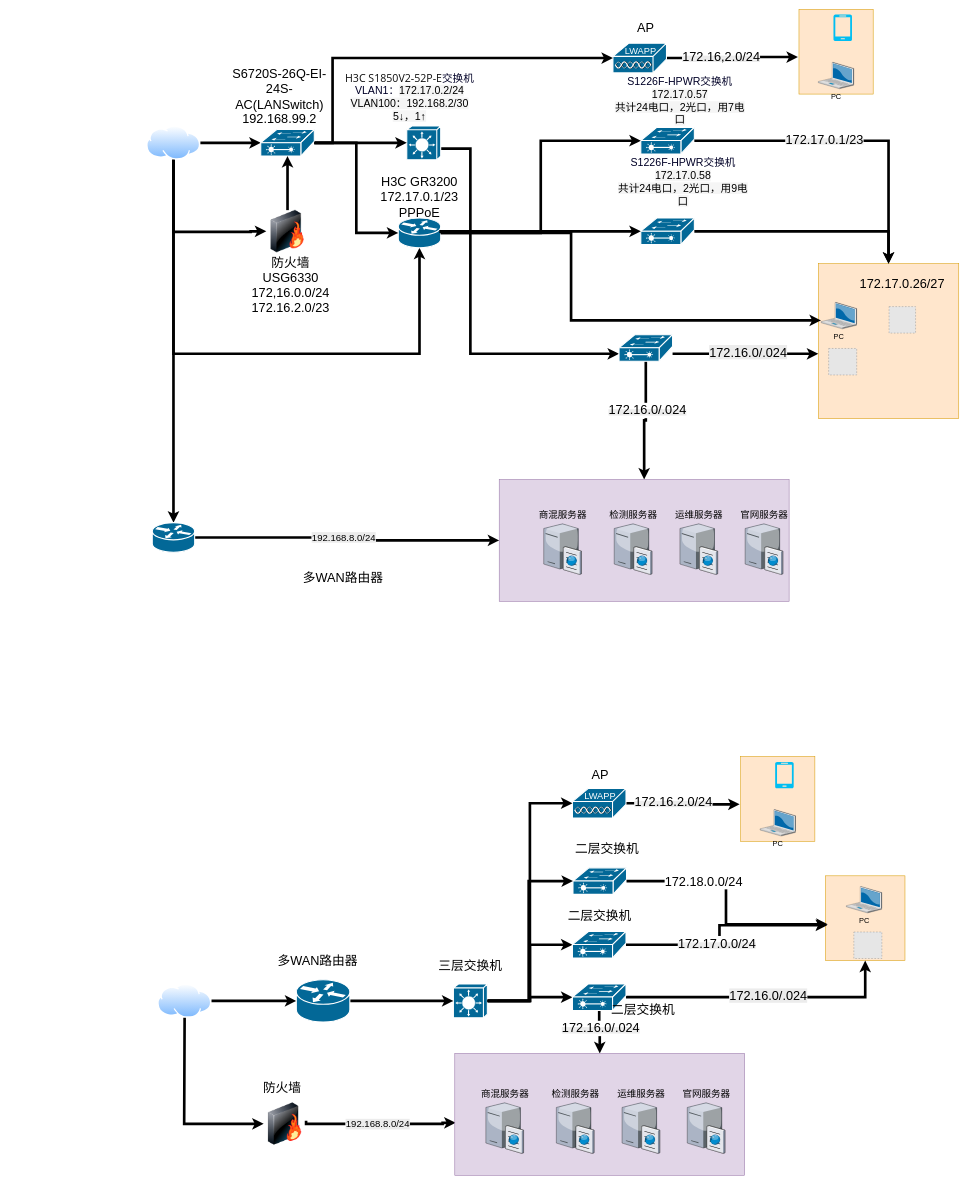
The draw.io diagram 未命名绘图.drawio in NewStart2019/cardiac-segmentation, before the edit. Source tidied: cells renumbered, new cells numbered last; positions are measured from the earlier drawing's top-left corner, leaving out a move shared by most shapes. Both pictures are drawn from the tidied source at 53%, with x=0, y=0 at pixel (146, 9). Pictures stored in the file or linked from it are replaced by grey dashed boxes.
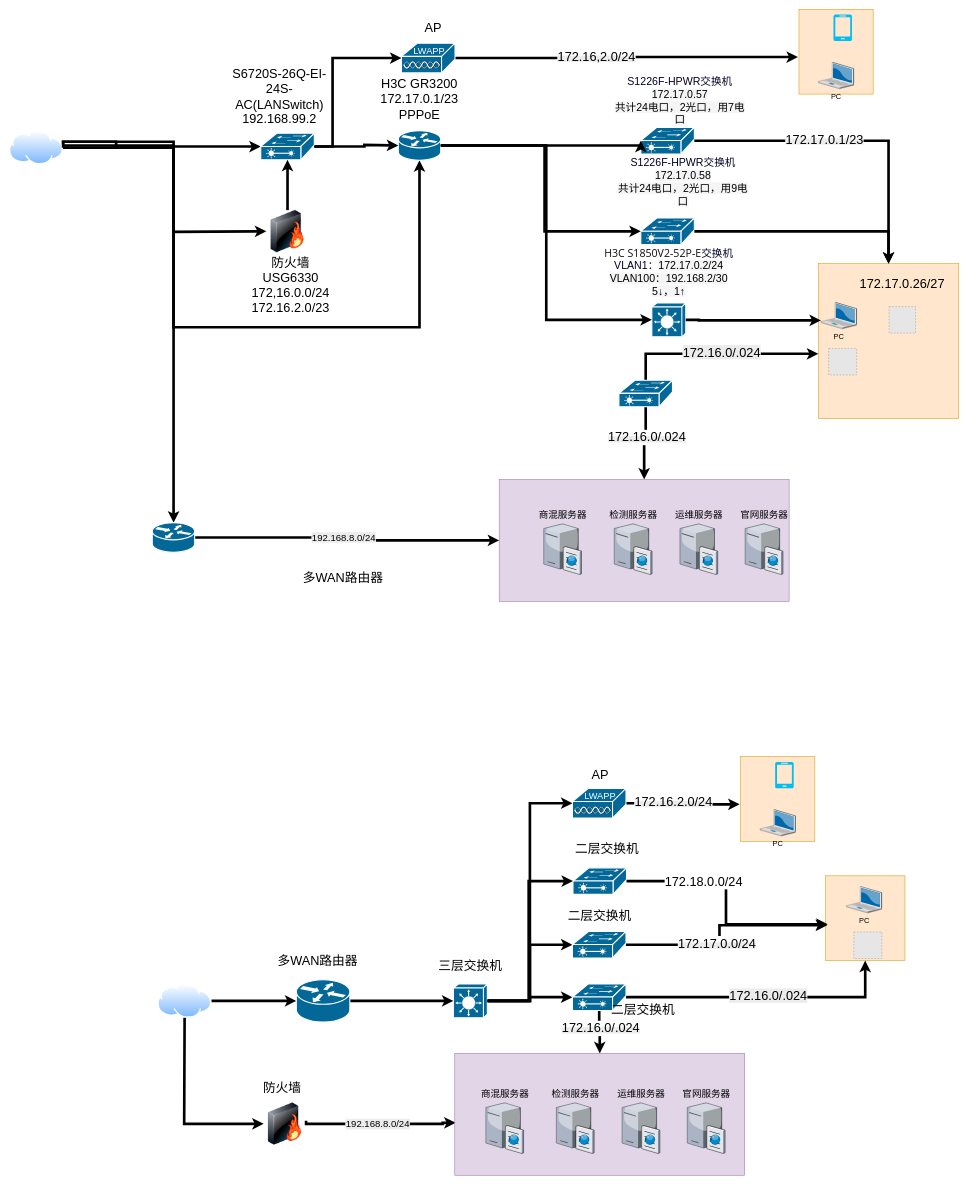
The same diagram, later.

Commit message:
未命名绘图.drawio

The change refers to these unchanged cells:
```xml
<mxCell id="10" style="whiteSpace=wrap;html=1;fillColor=#ffe6cc;strokeColor=#d79b00;" parent="1" vertex="1">
  <mxGeometry x="1267.5" y="480" width="265" height="292.5" as="geometry" />
</mxCell>
<mxCell id="11" style="image;html=1;image=img/lib/clip_art/networking/Firewall-page1_128x128.png;" parent="1" vertex="1">
  <mxGeometry x="226" y="379" width="80" height="80" as="geometry" />
</mxCell>
<mxCell id="16" style="strokeColor=#ffffff;sketch=0;html=1;dashed=0;fillColor=#036897;strokeWidth=2;verticalLabelPosition=bottom;verticalAlign=top;align=center;outlineConnect=0;shape=mxgraph.cisco.switches.layer_2_remote_switch;" parent="1" vertex="1">
  <mxGeometry x="932.6" y="223" width="101" height="50" as="geometry" />
</mxCell>
<mxCell id="28" style="strokeColor=#ffffff;sketch=0;html=1;dashed=0;fillColor=#036897;strokeWidth=2;verticalLabelPosition=bottom;verticalAlign=top;align=center;outlineConnect=0;shape=mxgraph.cisco.routers.router;" parent="1" vertex="1">
  <mxGeometry x="10.8" y="968.6" width="80" height="56" as="geometry" />
</mxCell>
<mxCell id="91" style="strokeColor=#ffffff;sketch=0;html=1;dashed=0;fillColor=#036897;strokeWidth=2;verticalLabelPosition=bottom;verticalAlign=top;align=center;outlineConnect=0;shape=mxgraph.cisco.switches.layer_2_remote_switch;" parent="1" vertex="1">
  <mxGeometry x="932.6" y="394" width="101" height="50" as="geometry" />
</mxCell>
```

Diff of the diagram source:
```diff
@@
-    <mxCell id="2" style="edgeStyle=orthogonalEdgeStyle;rounded=0;jettySize=auto;html=1;strokeWidth=5;exitX=0.5;exitY=1;exitDx=0;exitDy=0;" parent="1" edge="1" source="5" target="28">
+    <mxCell id="2" style="edgeStyle=orthogonalEdgeStyle;rounded=0;jettySize=auto;html=1;strokeWidth=5;exitX=1;exitY=0.5;exitDx=0;exitDy=0;" parent="1" edge="1" source="5" target="28">
       <mxGeometry relative="1" as="geometry">
         <Array as="points">
-          <mxPoint x="51" y="730" />
-          <mxPoint x="51" y="730" />
+          <mxPoint x="-157.4" y="250" />
+          <mxPoint x="51" y="250" />
         </Array>
       </mxGeometry>
     </mxCell>
-    <mxCell id="3" style="edgeStyle=orthogonalEdgeStyle;rounded=0;jettySize=auto;html=1;entryX=0;entryY=0.5;entryDx=0;entryDy=0;strokeWidth=5;" parent="1" edge="1" source="5" target="11">
+    <mxCell id="3" style="edgeStyle=orthogonalEdgeStyle;rounded=0;jettySize=auto;html=1;entryX=0;entryY=0.5;entryDx=0;entryDy=0;strokeWidth=5;exitX=1;exitY=0.5;exitDx=0;exitDy=0;" parent="1" edge="1" source="5" target="11">
       <mxGeometry relative="1" as="geometry">
         <Array as="points">
-          <mxPoint x="50.8" y="420" />
-          <mxPoint x="196.3" y="420" />
+          <mxPoint x="51" y="261" />
+          <mxPoint x="51" y="420" />
+          <mxPoint x="226" y="420" />
         </Array>
       </mxGeometry>
     </mxCell>
-    <mxCell id="4" style="edgeStyle=orthogonalEdgeStyle;rounded=0;jettySize=auto;html=1;exitX=0.5;exitY=1;exitDx=0;exitDy=0;strokeWidth=5;" parent="1" edge="1" source="5" target="86">
+    <mxCell id="4" style="edgeStyle=orthogonalEdgeStyle;rounded=0;jettySize=auto;html=1;exitX=1;exitY=0.5;exitDx=0;exitDy=0;strokeWidth=5;" parent="1" edge="1" source="5" target="86">
       <mxGeometry relative="1" as="geometry">
         <Array as="points">
-          <mxPoint x="50.9" y="650" />
-          <mxPoint x="515" y="650" />
+          <mxPoint x="-157.4" y="257" />
+          <mxPoint x="50.9" y="257" />
+          <mxPoint x="50.9" y="600" />
+          <mxPoint x="515" y="600" />
         </Array>
       </mxGeometry>
     </mxCell>
     <mxCell id="5" style="perimeter=ellipsePerimeter;html=1;align=center;shadow=0;dashed=0;spacingTop=3;image;image=img/lib/active_directory/internet_cloud.svg;fontSize=18;" parent="1" vertex="1">
-      <mxGeometry y="220" width="101.6" height="64" as="geometry" />
+      <mxGeometry x="-259" y="229" width="101.6" height="64" as="geometry" />
     </mxCell>
@@
-    <mxCell id="8" style="edgeStyle=orthogonalEdgeStyle;rounded=0;jettySize=auto;html=1;strokeWidth=5;entryX=0;entryY=0.5;entryDx=0;entryDy=0;entryPerimeter=0;" parent="1" edge="1" source="5" target="97">
-      <mxGeometry relative="1" as="geometry" />
+    <mxCell id="8" style="edgeStyle=orthogonalEdgeStyle;rounded=0;jettySize=auto;html=1;strokeWidth=5;entryX=0;entryY=0.5;entryDx=0;entryDy=0;entryPerimeter=0;exitX=1;exitY=0.5;exitDx=0;exitDy=0;" parent="1" edge="1" source="5" target="97">
+      <mxGeometry relative="1" as="geometry">
+        <Array as="points">
+          <mxPoint x="-157.4" y="250" />
+          <mxPoint x="-57.4" y="250" />
+          <mxPoint x="-57.4" y="259" />
+        </Array>
+      </mxGeometry>
     </mxCell>
@@
-    <mxCell id="12" style="edgeStyle=orthogonalEdgeStyle;rounded=0;jettySize=auto;html=1;strokeWidth=5;" parent="1" edge="1" source="13" target="19">
-      <mxGeometry relative="1" as="geometry">
-        <Array as="points">
-          <mxPoint x="611" y="263" />
-          <mxPoint x="611" y="650" />
-        </Array>
-      </mxGeometry>
-    </mxCell>
     <mxCell id="13" style="strokeColor=#ffffff;sketch=0;html=1;dashed=0;fillColor=#036897;strokeWidth=2;verticalLabelPosition=bottom;verticalAlign=top;align=center;outlineConnect=0;shape=mxgraph.cisco.switches.layer_3_switch;" parent="1" vertex="1">
-      <mxGeometry x="491" y="220" width="64" height="64" as="geometry" />
+      <mxGeometry x="953.4" y="554" width="64" height="64" as="geometry" />
     </mxCell>
@@
     <mxCell id="19" style="strokeColor=#ffffff;sketch=0;html=1;dashed=0;fillColor=#036897;strokeWidth=2;verticalLabelPosition=bottom;verticalAlign=top;align=center;outlineConnect=0;shape=mxgraph.cisco.switches.layer_2_remote_switch;" parent="1" vertex="1">
-      <mxGeometry x="891.5" y="614" width="101" height="50" as="geometry" />
+      <mxGeometry x="891.3" y="700" width="101" height="50" as="geometry" />
     </mxCell>
-    <mxCell id="20" style="edgeStyle=orthogonalEdgeStyle;rounded=0;jettySize=auto;html=1;entryX=0;entryY=0.5;entryDx=0;entryDy=0;entryPerimeter=0;strokeWidth=5;exitX=1;exitY=0.5;exitDx=0;exitDy=0;exitPerimeter=0;" parent="1" edge="1" source="97" target="13">
+    <mxCell id="20" style="edgeStyle=orthogonalEdgeStyle;rounded=0;jettySize=auto;html=1;entryX=0;entryY=0.5;entryDx=0;entryDy=0;entryPerimeter=0;strokeWidth=5;exitX=1;exitY=0.5;exitDx=0;exitDy=0;exitPerimeter=0;" parent="1" edge="1" source="86" target="13">
       <mxGeometry relative="1" as="geometry" />
     </mxCell>
@@
     <mxCell id="35" style="sketch=0;html=1;dashed=0;fillColor=#036897;strokeColor=#ffffff;strokeWidth=2;verticalLabelPosition=bottom;verticalAlign=top;align=center;outlineConnect=0;shape=mxgraph.cisco.misc.lightweight_ap;" parent="1" vertex="1">
-      <mxGeometry x="880" y="64" width="101" height="56" as="geometry" />
+      <mxGeometry x="481" y="64" width="101" height="56" as="geometry" />
     </mxCell>
     <mxCell id="36" style="edgeStyle=orthogonalEdgeStyle;rounded=0;jettySize=auto;html=1;entryX=0;entryY=0.5;entryDx=0;entryDy=0;entryPerimeter=0;strokeWidth=5;exitX=1;exitY=0.5;exitDx=0;exitDy=0;exitPerimeter=0;" parent="1" edge="1" source="97" target="35">
       <mxGeometry relative="1" as="geometry">
         <Array as="points">
-          <mxPoint x="351" y="252" />
+          <mxPoint x="351" y="259" />
           <mxPoint x="351" y="92" />
         </Array>
       </mxGeometry>
     </mxCell>
@@
     <mxCell id="38" value="&lt;font style=&quot;font-size: 24px;&quot;&gt;AP&lt;/font&gt;" style="text;html=1;whiteSpace=wrap;strokeColor=none;fillColor=none;align=center;verticalAlign=middle;rounded=0;" parent="1" vertex="1">
-      <mxGeometry x="912" y="20" width="60" height="30" as="geometry" />
+      <mxGeometry x="510.6" y="20" width="60" height="30" as="geometry" />
     </mxCell>
@@
     <mxCell id="86" style="strokeColor=#ffffff;sketch=0;html=1;dashed=0;fillColor=#036897;strokeWidth=2;verticalLabelPosition=bottom;verticalAlign=top;align=center;outlineConnect=0;shape=mxgraph.cisco.routers.router;" parent="1" vertex="1">
-      <mxGeometry x="475" y="394" width="80" height="56" as="geometry" />
+      <mxGeometry x="475" y="229" width="80" height="56" as="geometry" />
     </mxCell>
     <mxCell id="87" style="edgeStyle=orthogonalEdgeStyle;rounded=0;jettySize=auto;html=1;entryX=0;entryY=0.5;entryDx=0;entryDy=0;entryPerimeter=0;strokeWidth=5;" parent="1" edge="1" source="86" target="16">
-      <mxGeometry relative="1" as="geometry" />
+      <mxGeometry relative="1" as="geometry">
+        <Array as="points">
+          <mxPoint x="932.6" y="257" />
+        </Array>
+      </mxGeometry>
     </mxCell>
     <mxCell id="88" value="&lt;font style=&quot;font-size: 24px;&quot;&gt;H3C GR3200&lt;br&gt;172.17.0.1/23&lt;br&gt;PPPoE&lt;/font&gt;" style="text;html=1;whiteSpace=wrap;strokeColor=none;fillColor=none;align=center;verticalAlign=middle;rounded=0;" parent="1" vertex="1">
-      <mxGeometry x="420" y="315" width="190" height="80" as="geometry" />
+      <mxGeometry x="420" y="130" width="190" height="80" as="geometry" />
     </mxCell>
@@
     <mxCell id="93" style="edgeStyle=orthogonalEdgeStyle;rounded=0;jettySize=auto;html=1;strokeWidth=5;entryX=0;entryY=0.5;entryDx=0;entryDy=0;entryPerimeter=0;exitX=1;exitY=0.5;exitDx=0;exitDy=0;exitPerimeter=0;" parent="1" edge="1" source="86" target="91">
       <mxGeometry relative="1" as="geometry">
         <Array as="points">
-          <mxPoint x="555.1" y="418.9" />
+          <mxPoint x="751" y="257" />
+          <mxPoint x="751" y="419" />
         </Array>
       </mxGeometry>
     </mxCell>
@@
     <mxCell id="95" value="&lt;font style=&quot;&quot;&gt;&lt;span&gt;&lt;span style=&quot;color: rgb(13, 13, 13); font-family: &amp;quot;Microsoft YaHei&amp;quot;, &amp;quot;Segoe UI&amp;quot;, system-ui, Roboto, &amp;quot;Noto Sans SC&amp;quot;, &amp;quot;Helvetica Neue&amp;quot;, Arial, sans-serif; text-align: start; white-space: pre-line;&quot;&gt;&lt;font style=&quot;font-size: 20px;&quot;&gt;H3C S1850V2-52P-E&lt;/font&gt;&lt;/span&gt;&lt;span style=&quot;font-size: 20px; font-family: 微软雅黑, HPRegular; text-align: left;&quot;&gt;&lt;font&gt;交换机VLAN1：&lt;/font&gt;&lt;/span&gt;&lt;/span&gt;&lt;span style=&quot;font-size: 20px; color: rgb(0, 0, 0); font-family: &amp;quot;Trebuchet MS&amp;quot;, Arial, Helvetica, Verdana, &amp;quot;sans-serif&amp;quot;; text-align: left; background-color: rgb(245, 245, 245);&quot;&gt;&lt;font style=&quot;&quot;&gt;172.17.0.2/24&lt;br&gt;VLAN100：192.168.2/30&lt;br&gt;&lt;/font&gt;5&lt;b&gt;↓&lt;/b&gt;，1↑&lt;/span&gt;&lt;/font&gt;&lt;span style=&quot;font-family: 微软雅黑, HPRegular; font-size: 20px; text-align: left;&quot;&gt;&lt;/span&gt;" style="text;html=1;whiteSpace=wrap;strokeColor=none;fillColor=none;align=center;verticalAlign=middle;rounded=0;fontColor=light-dark(#000027, #ffdada);" parent="1" vertex="1">
-      <mxGeometry x="364" y="150" width="265" height="30" as="geometry" />
+      <mxGeometry x="852.9" y="480" width="265" height="30" as="geometry" />
     </mxCell>
-    <mxCell id="96" style="edgeStyle=orthogonalEdgeStyle;rounded=0;jettySize=auto;html=1;entryX=0.019;entryY=0.366;entryDx=0;entryDy=0;entryPerimeter=0;strokeWidth=5;" parent="1" edge="1" source="86" target="10">
+    <mxCell id="96" style="edgeStyle=orthogonalEdgeStyle;rounded=0;jettySize=auto;html=1;entryX=0.019;entryY=0.366;entryDx=0;entryDy=0;entryPerimeter=0;strokeWidth=5;exitX=1;exitY=0.5;exitDx=0;exitDy=0;exitPerimeter=0;" parent="1" edge="1" source="13" target="10">
       <mxGeometry relative="1" as="geometry">
         <Array as="points">
-          <mxPoint x="801" y="587.1" />
+          <mxPoint x="1042" y="587.1" />
         </Array>
       </mxGeometry>
     </mxCell>
     <mxCell id="97" style="strokeColor=#ffffff;sketch=0;html=1;dashed=0;fillColor=#036897;strokeWidth=2;verticalLabelPosition=bottom;verticalAlign=top;align=center;outlineConnect=0;shape=mxgraph.cisco.switches.layer_2_remote_switch;" parent="1" vertex="1">
-      <mxGeometry x="215.5" y="227" width="101" height="50" as="geometry" />
+      <mxGeometry x="215.5" y="234" width="101" height="50" as="geometry" />
     </mxCell>
@@
     <mxCell id="100" style="edgeStyle=orthogonalEdgeStyle;rounded=0;jettySize=auto;html=1;entryX=0;entryY=0.5;entryDx=0;entryDy=0;entryPerimeter=0;strokeWidth=5;" parent="1" edge="1" source="97" target="86">
-      <mxGeometry relative="1" as="geometry" />
+      <mxGeometry relative="1" as="geometry">
+        <Array as="points">
+          <mxPoint x="411" y="259" />
+          <mxPoint x="411" y="256" />
+        </Array>
+      </mxGeometry>
     </mxCell>
```
